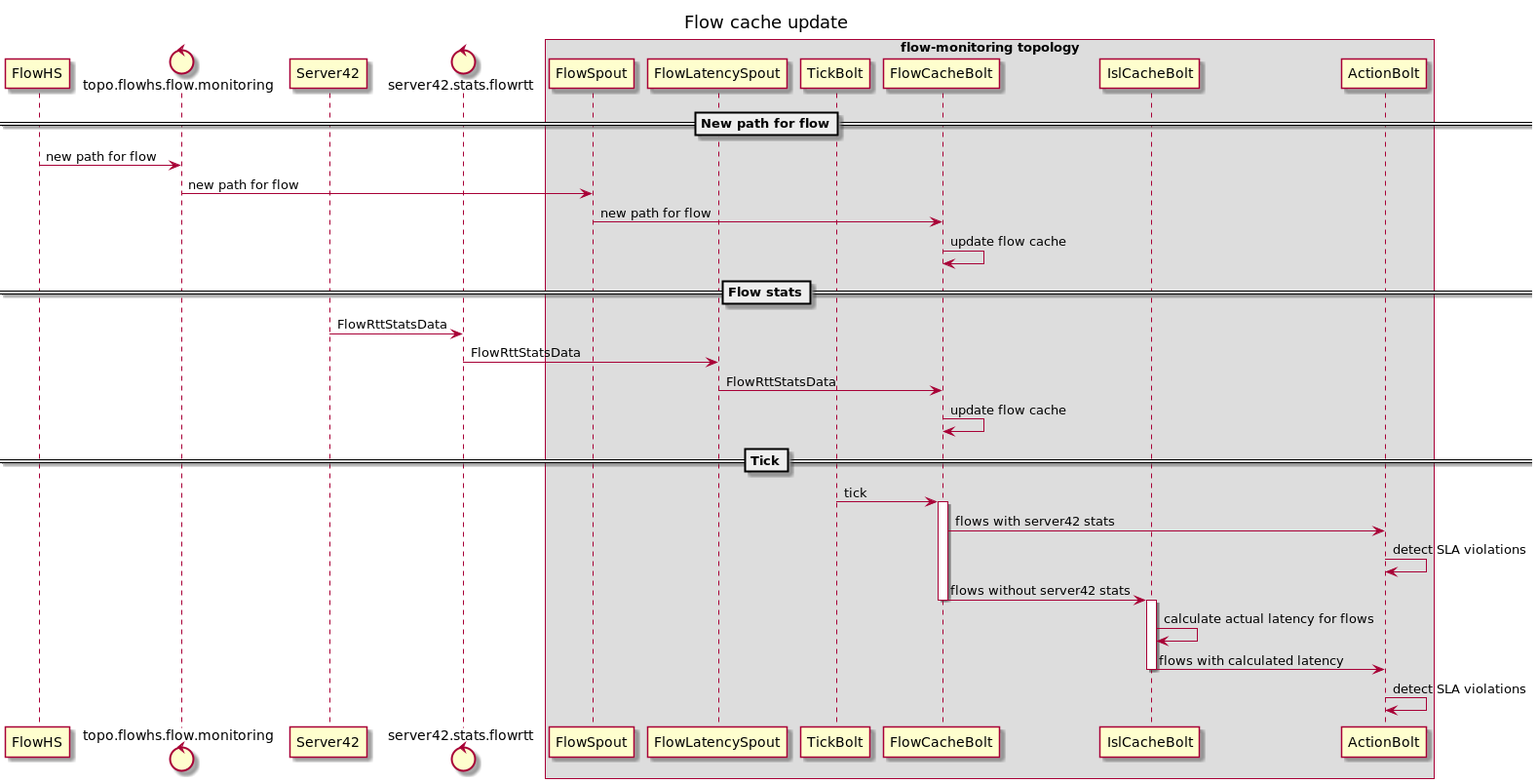
telstra/open-kilda keeps this PlantUML diagram as docs/design/flow-monitoring/flow-cache-update.png. Above is the earlier version. The source it was exported from:
```plantuml
@startuml
title Flow cache update

participant FlowHS
control topo.flowhs.flow.monitoring
participant Server42
control server42.stats.flowrtt
box flow-monitoring topology
participant FlowSpout
participant FlowLatencySpout
participant TickBolt
participant FlowCacheBolt
participant IslCacheBolt
participant ActionBolt
end box

==New path for flow==
FlowHS -> topo.flowhs.flow.monitoring : new path for flow
topo.flowhs.flow.monitoring -> FlowSpout : new path for flow
FlowSpout -> FlowCacheBolt : new path for flow
FlowCacheBolt -> FlowCacheBolt : update flow cache

==Flow stats==
Server42 -> server42.stats.flowrtt : FlowRttStatsData
server42.stats.flowrtt -> FlowLatencySpout : FlowRttStatsData
FlowLatencySpout -> FlowCacheBolt : FlowRttStatsData
FlowCacheBolt -> FlowCacheBolt : update flow cache

==Tick==
TickBolt -> FlowCacheBolt : tick
activate FlowCacheBolt
FlowCacheBolt -> ActionBolt : flows with server42 stats
ActionBolt -> ActionBolt : detect SLA violations
FlowCacheBolt -> IslCacheBolt : flows without server42 stats
deactivate FlowCacheBolt
activate IslCacheBolt
IslCacheBolt -> IslCacheBolt : calculate actual latency for flows
IslCacheBolt -> ActionBolt : flows with calculated latency
deactivate IslCacheBolt
ActionBolt -> ActionBolt : detect SLA violations

@enduml
```
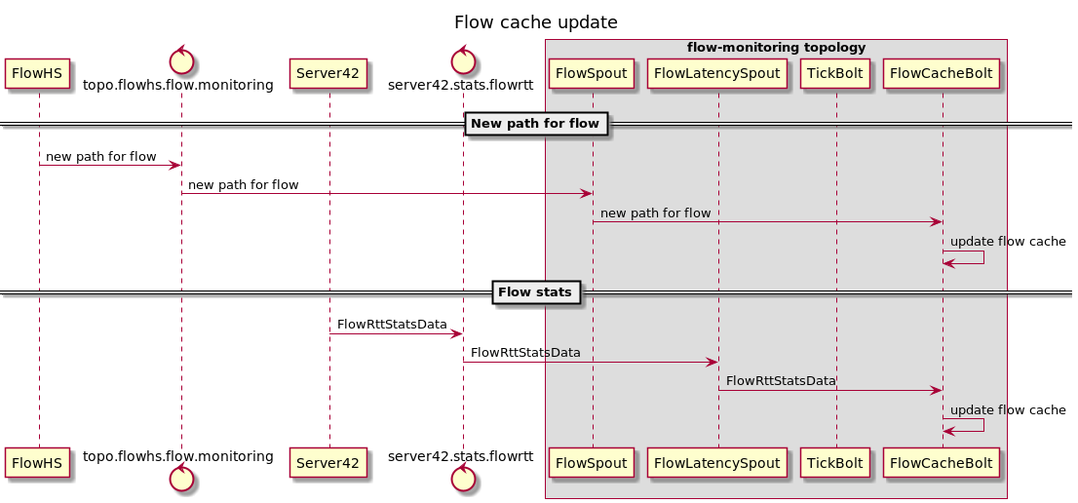
The same file after the commit.

What changed in the source:
```diff
@@ -10,8 +10,6 @@
 participant FlowLatencySpout
 participant TickBolt
 participant FlowCacheBolt
-participant IslCacheBolt
-participant ActionBolt
 end box
 
 ==New path for flow==
@@ -26,17 +24,4 @@
 FlowLatencySpout -> FlowCacheBolt : FlowRttStatsData
 FlowCacheBolt -> FlowCacheBolt : update flow cache
 
-==Tick==
-TickBolt -> FlowCacheBolt : tick
-activate FlowCacheBolt
-FlowCacheBolt -> ActionBolt : flows with server42 stats
-ActionBolt -> ActionBolt : detect SLA violations
-FlowCacheBolt -> IslCacheBolt : flows without server42 stats
-deactivate FlowCacheBolt
-activate IslCacheBolt
-IslCacheBolt -> IslCacheBolt : calculate actual latency for flows
-IslCacheBolt -> ActionBolt : flows with calculated latency
-deactivate IslCacheBolt
-ActionBolt -> ActionBolt : detect SLA violations
-
 @enduml
```
